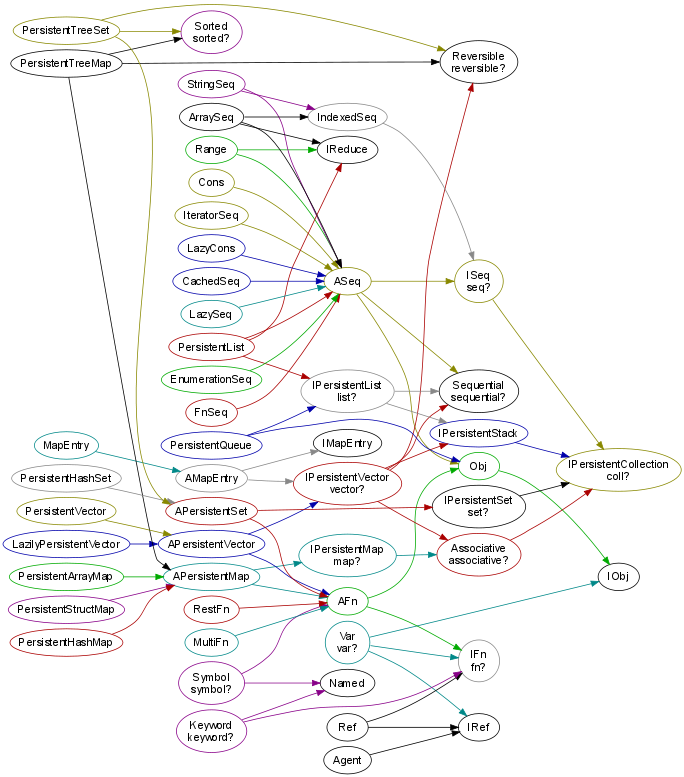
Chouser/clojure-classes keeps this Graphviz diagram as chart.png. Above is the earlier version. Its source is kept beside it as chart.dot. Its diagram source:
```dot
digraph {
  rankdir=LR;
  dpi=55;
  nodesep=0.10;
  node[ fontname=Helvetica ];
  Var [ label="Var\nvar?" color="#008888" ];
  Var -> IFn [ color="#008888" ];
  Var -> IRef [ color="#008888" ];
  Var -> IObj [ color="#008888" ];
  Symbol [ label="Symbol\nsymbol?" color="#880088" ];
  Symbol -> AFn [ color="#880088" ];
  Symbol -> Named [ color="#880088" ];
  FnSeq [ label=FnSeq color="#aa0000" ];
  FnSeq -> ASeq [ color="#aa0000" ];
  Obj [ label=Obj color="#00aa00" ];
  Obj -> IObj [ color="#00aa00" ];
  PersistentStructMap [ label=PersistentStructMap color="#880088" ];
  PersistentStructMap -> APersistentMap [ color="#880088" ];
  Cons [ label=Cons color="#888800" ];
  Cons -> ASeq [ color="#888800" ];
  Range [ label=Range color="#00aa00" ];
  Range -> ASeq [ color="#00aa00" ];
  Range -> IReduce [ color="#00aa00" ];
  LazilyPersistentVector [ label=LazilyPersistentVector color="#0000aa" ];
  LazilyPersistentVector -> APersistentVector [ color="#0000aa" ];
  IPersistentSet [ label="IPersistentSet\nset?" color="#000000" ];
  IPersistentSet -> IPersistentCollection [ color="#000000" ];
  IFn [ label="IFn\nfn?" color="#888888" ];
  MapEntry [ label=MapEntry color="#008888" ];
  MapEntry -> AMapEntry [ color="#008888" ];
  IteratorSeq [ label=IteratorSeq color="#888800" ];
  IteratorSeq -> ASeq [ color="#888800" ];
  PersistentHashMap [ label=PersistentHashMap color="#aa0000" ];
  PersistentHashMap -> APersistentMap [ color="#aa0000" ];
  PersistentTreeMap [ label=PersistentTreeMap color="#000000" ];
  PersistentTreeMap -> APersistentMap [ color="#000000" ];
  PersistentTreeMap -> Reversible [ color="#000000" ];
  PersistentTreeMap -> Sorted [ color="#000000" ];
  APersistentMap [ label=APersistentMap color="#008888" ];
  APersistentMap -> AFn [ color="#008888" ];
  APersistentMap -> IPersistentMap [ color="#008888" ];
  IPersistentCollection [ label="IPersistentCollection\ncoll?" color="#888800" ];
  IPersistentVector [ label="IPersistentVector\nvector?" color="#aa0000" ];
  IPersistentVector -> Associative [ color="#aa0000" ];
  IPersistentVector -> Sequential [ color="#aa0000" ];
  IPersistentVector -> IPersistentStack [ color="#aa0000" ];
  IPersistentVector -> Reversible [ color="#aa0000" ];
  Agent [ label=Agent color="#000000" ];
  Agent -> IRef [ color="#000000" ];
  IPersistentMap [ label="IPersistentMap\nmap?" color="#008888" ];
  IPersistentMap -> Associative [ color="#008888" ];
  StringSeq [ label=StringSeq color="#880088" ];
  StringSeq -> ASeq [ color="#880088" ];
  StringSeq -> IndexedSeq [ color="#880088" ];
  PersistentVector [ label=PersistentVector color="#888800" ];
  PersistentVector -> APersistentVector [ color="#888800" ];
  PersistentList [ label=PersistentList color="#aa0000" ];
  PersistentList -> ASeq [ color="#aa0000" ];
  PersistentList -> IPersistentList [ color="#aa0000" ];
  PersistentList -> IReduce [ color="#aa0000" ];
  AFn [ label=AFn color="#00aa00" ];
  AFn -> Obj [ color="#00aa00" ];
  AFn -> IFn [ color="#00aa00" ];
  LazyCons [ label=LazyCons color="#0000aa" ];
  LazyCons -> ASeq [ color="#0000aa" ];
  AMapEntry [ label=AMapEntry color="#888888" ];
  AMapEntry -> IMapEntry [ color="#888888" ];
  AMapEntry -> IPersistentVector [ color="#888888" ];
  MultiFn [ label=MultiFn color="#008888" ];
  MultiFn -> AFn [ color="#008888" ];
  RestFn [ label=RestFn color="#aa0000" ];
  RestFn -> AFn [ color="#aa0000" ];
  CachedSeq [ label=CachedSeq color="#0000aa" ];
  CachedSeq -> ASeq [ color="#0000aa" ];
  Ref [ label=Ref color="#000000" ];
  Ref -> IFn [ color="#000000" ];
  Ref -> IRef [ color="#000000" ];
  IndexedSeq [ label=IndexedSeq color="#888888" ];
  IndexedSeq -> ISeq [ color="#888888" ];
  LazySeq [ label=LazySeq color="#008888" ];
  LazySeq -> ASeq [ color="#008888" ];
  ASeq [ label=ASeq color="#888800" ];
  ASeq -> Obj [ color="#888800" ];
  ASeq -> ISeq [ color="#888800" ];
  ASeq -> Sequential [ color="#888800" ];
  APersistentSet [ label=APersistentSet color="#aa0000" ];
  APersistentSet -> AFn [ color="#aa0000" ];
  APersistentSet -> IPersistentSet [ color="#aa0000" ];
  EnumerationSeq [ label=EnumerationSeq color="#00aa00" ];
  EnumerationSeq -> ASeq [ color="#00aa00" ];
  IPersistentStack [ label=IPersistentStack color="#0000aa" ];
  IPersistentStack -> IPersistentCollection [ color="#0000aa" ];
  ArraySeq [ label=ArraySeq color="#000000" ];
  ArraySeq -> ASeq [ color="#000000" ];
  ArraySeq -> IndexedSeq [ color="#000000" ];
  ArraySeq -> IReduce [ color="#000000" ];
  PersistentHashSet [ label=PersistentHashSet color="#888888" ];
  PersistentHashSet -> APersistentSet [ color="#888888" ];
  Keyword [ label="Keyword\nkeyword?" color="#880088" ];
  Keyword -> IFn [ color="#880088" ];
  Keyword -> Named [ color="#880088" ];
  ISeq [ label="ISeq\nseq?" color="#888800" ];
  ISeq -> IPersistentCollection [ color="#888800" ];
  Associative [ label="Associative\nassociative?" color="#aa0000" ];
  Associative -> IPersistentCollection [ color="#aa0000" ];
  PersistentArrayMap [ label=PersistentArrayMap color="#00aa00" ];
  PersistentArrayMap -> APersistentMap [ color="#00aa00" ];
  APersistentVector [ label=APersistentVector color="#0000aa" ];
  APersistentVector -> AFn [ color="#0000aa" ];
  APersistentVector -> IPersistentVector [ color="#0000aa" ];
  Reversible [ label="Reversible\nreversible?" color="#000000" ];
  IPersistentList [ label="IPersistentList\nlist?" color="#888888" ];
  IPersistentList -> Sequential [ color="#888888" ];
  IPersistentList -> IPersistentStack [ color="#888888" ];
  Sorted [ label="Sorted\nsorted?" color="#880088" ];
  PersistentTreeSet [ label=PersistentTreeSet color="#888800" ];
  PersistentTreeSet -> APersistentSet [ color="#888800" ];
  PersistentTreeSet -> Reversible [ color="#888800" ];
  PersistentTreeSet -> Sorted [ color="#888800" ];
  PersistentQueue [ label=PersistentQueue color="#0000aa" ];
  PersistentQueue -> Obj [ color="#0000aa" ];
  PersistentQueue -> IPersistentList [ color="#0000aa" ];
  Sequential [ label="Sequential\nsequential?" color="#000000" ];
}
```
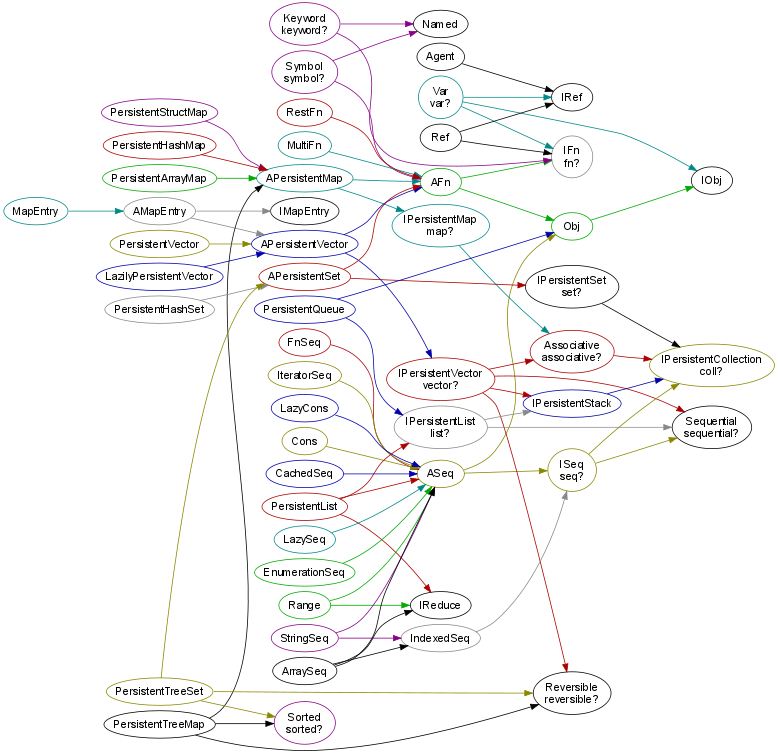
After the change.

Commit message:
Updated from new clojure code (rev 1053)

What changed in the source:
```diff
@@ -64,8 +64,8 @@
   LazyCons [ label=LazyCons color="#0000aa" ];
   LazyCons -> ASeq [ color="#0000aa" ];
   AMapEntry [ label=AMapEntry color="#888888" ];
+  AMapEntry -> APersistentVector [ color="#888888" ];
   AMapEntry -> IMapEntry [ color="#888888" ];
-  AMapEntry -> IPersistentVector [ color="#888888" ];
   MultiFn [ label=MultiFn color="#008888" ];
   MultiFn -> AFn [ color="#008888" ];
   RestFn [ label=RestFn color="#aa0000" ];
@@ -82,7 +82,6 @@
   ASeq [ label=ASeq color="#888800" ];
   ASeq -> Obj [ color="#888800" ];
   ASeq -> ISeq [ color="#888800" ];
-  ASeq -> Sequential [ color="#888800" ];
   APersistentSet [ label=APersistentSet color="#aa0000" ];
   APersistentSet -> AFn [ color="#aa0000" ];
   APersistentSet -> IPersistentSet [ color="#aa0000" ];
@@ -101,6 +100,7 @@
   Keyword -> Named [ color="#880088" ];
   ISeq [ label="ISeq\nseq?" color="#888800" ];
   ISeq -> IPersistentCollection [ color="#888800" ];
+  ISeq -> Sequential [ color="#888800" ];
   Associative [ label="Associative\nassociative?" color="#aa0000" ];
   Associative -> IPersistentCollection [ color="#aa0000" ];
   PersistentArrayMap [ label=PersistentArrayMap color="#00aa00" ];
```
